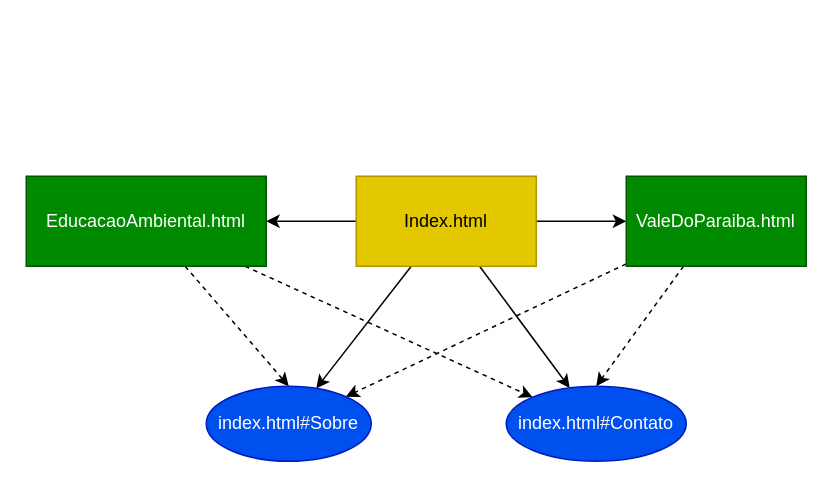
DanielMoraisCruz/EducacaoAmbiental keeps this draw.io diagram as docs/fluxograma.drawio. Above is the earlier version. Source tidied: cells renumbered, new cells numbered last; positions are measured from the earlier drawing's top-left corner, leaving out a move shared by most shapes. Both pictures are drawn from the tidied source at 150%, with x=0, y=0 at pixel (26, 176).
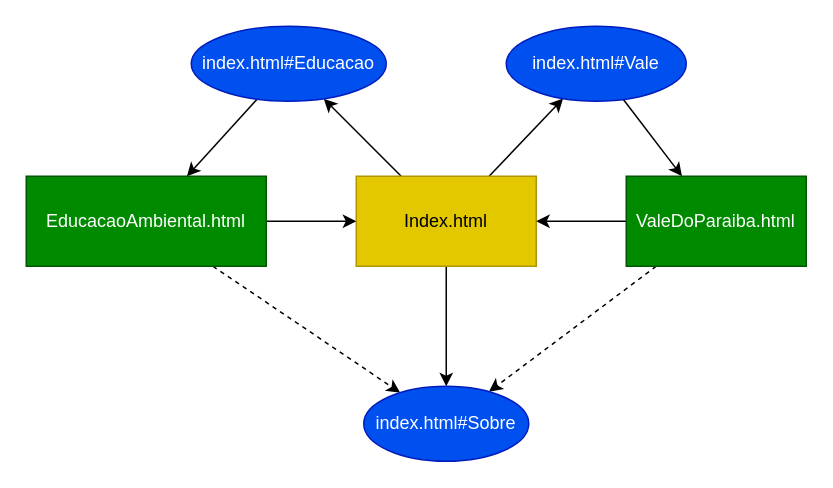
Above is the later version.

Change to the diagram source:
```diff
@@
 <mxGraphModel>
   <root>
     <mxCell id="0" />
     <mxCell id="1" parent="0" />
+    <mxCell id="15" style="edgeStyle=none;html=1;" parent="1" edge="1" source="6" target="20">
+      <mxGeometry relative="1" as="geometry" />
+    </mxCell>
+    <mxCell id="16" style="edgeStyle=none;html=1;" parent="1" edge="1" source="6" target="22">
+      <mxGeometry relative="1" as="geometry" />
+    </mxCell>
-    <mxCell id="2" style="html=1;startArrow=none;startFill=0;" parent="1" edge="1" source="6" target="13">
+    <mxCell id="2" style="edgeStyle=none;html=1;entryX=0.5;entryY=0;entryDx=0;entryDy=0;" parent="1" edge="1" source="6" target="13">
       <mxGeometry relative="1" as="geometry" />
     </mxCell>
-    <mxCell id="3" style="edgeStyle=none;html=1;startArrow=none;startFill=0;" parent="1" edge="1" source="6" target="14">
-      <mxGeometry relative="1" as="geometry" />
-    </mxCell>
-    <mxCell id="4" style="edgeStyle=none;html=1;entryX=1;entryY=0.5;entryDx=0;entryDy=0;startArrow=none;startFill=0;" parent="1" edge="1" source="6" target="9">
-      <mxGeometry relative="1" as="geometry" />
-    </mxCell>
-    <mxCell id="5" style="edgeStyle=none;html=1;entryX=0;entryY=0.5;entryDx=0;entryDy=0;startArrow=none;startFill=0;" parent="1" edge="1" source="6" target="12">
-      <mxGeometry relative="1" as="geometry" />
-    </mxCell>
     <mxCell id="6" value="Index.html" style="rounded=0;whiteSpace=wrap;html=1;fillColor=#e3c800;fontColor=#000000;strokeColor=#B09500;" parent="1" vertex="1">
       <mxGeometry x="220" width="120" height="60" as="geometry" />
     </mxCell>
+    <mxCell id="17" style="edgeStyle=none;html=1;entryX=0;entryY=0.5;entryDx=0;entryDy=0;" parent="1" edge="1" source="9" target="6">
+      <mxGeometry relative="1" as="geometry" />
+    </mxCell>
-    <mxCell id="7" style="edgeStyle=none;html=1;entryX=0.5;entryY=0;entryDx=0;entryDy=0;startArrow=none;startFill=0;dashed=1;" parent="1" edge="1" source="9" target="13">
+    <mxCell id="7" style="edgeStyle=none;html=1;dashed=1;" parent="1" edge="1" source="9" target="13">
       <mxGeometry relative="1" as="geometry" />
     </mxCell>
-    <mxCell id="8" style="edgeStyle=none;html=1;entryX=0;entryY=0;entryDx=0;entryDy=0;startArrow=none;startFill=0;dashed=1;" parent="1" edge="1" source="9" target="14">
-      <mxGeometry relative="1" as="geometry" />
-    </mxCell>
     <mxCell id="9" value="EducacaoAmbiental.html" style="rounded=0;whiteSpace=wrap;html=1;fillColor=#008a00;fontColor=#ffffff;strokeColor=#005700;" parent="1" vertex="1">
       <mxGeometry width="160" height="60" as="geometry" />
     </mxCell>
-    <mxCell id="10" style="edgeStyle=none;html=1;entryX=0.5;entryY=0;entryDx=0;entryDy=0;startArrow=none;startFill=0;dashed=1;" parent="1" edge="1" source="12" target="14">
-      <mxGeometry relative="1" as="geometry" />
-    </mxCell>
+    <mxCell id="18" style="edgeStyle=none;html=1;entryX=1;entryY=0.5;entryDx=0;entryDy=0;" parent="1" edge="1" source="12" target="6">
+      <mxGeometry relative="1" as="geometry" />
+    </mxCell>
-    <mxCell id="11" style="edgeStyle=none;html=1;startArrow=none;startFill=0;dashed=1;" parent="1" edge="1" source="12" target="13">
+    <mxCell id="11" style="edgeStyle=none;html=1;dashed=1;" parent="1" edge="1" source="12" target="13">
       <mxGeometry relative="1" as="geometry" />
     </mxCell>
     <mxCell id="12" value="ValeDoParaiba.html" style="rounded=0;whiteSpace=wrap;html=1;fillColor=#008a00;fontColor=#ffffff;strokeColor=#005700;" parent="1" vertex="1">
       <mxGeometry x="400" width="120" height="60" as="geometry" />
     </mxCell>
     <mxCell id="13" value="index.html#Sobre" style="ellipse;whiteSpace=wrap;html=1;fillColor=#0050ef;fontColor=#ffffff;strokeColor=#001DBC;" parent="1" vertex="1">
-      <mxGeometry x="120" y="140" width="110" height="50" as="geometry" />
+      <mxGeometry x="225" y="140" width="110" height="50" as="geometry" />
     </mxCell>
-    <mxCell id="14" value="index.html#Contato" style="ellipse;whiteSpace=wrap;html=1;fillColor=#0050ef;fontColor=#ffffff;strokeColor=#001DBC;" parent="1" vertex="1">
-      <mxGeometry x="320" y="140" width="120" height="50" as="geometry" />
-    </mxCell>
+    <mxCell id="19" style="edgeStyle=none;html=1;" parent="1" edge="1" source="20" target="9">
+      <mxGeometry relative="1" as="geometry" />
+    </mxCell>
+    <mxCell id="20" value="index.html#Educacao" style="ellipse;whiteSpace=wrap;html=1;fillColor=#0050ef;fontColor=#ffffff;strokeColor=#001DBC;" parent="1" vertex="1">
+      <mxGeometry x="110" y="-100" width="130" height="50" as="geometry" />
+    </mxCell>
+    <mxCell id="21" style="edgeStyle=none;html=1;" parent="1" edge="1" source="22" target="12">
+      <mxGeometry relative="1" as="geometry" />
+    </mxCell>
+    <mxCell id="22" value="index.html#Vale" style="ellipse;whiteSpace=wrap;html=1;fillColor=#0050ef;fontColor=#ffffff;strokeColor=#001DBC;" parent="1" vertex="1">
+      <mxGeometry x="320" y="-100" width="120" height="50" as="geometry" />
+    </mxCell>
   </root>
 </mxGraphModel>
```
